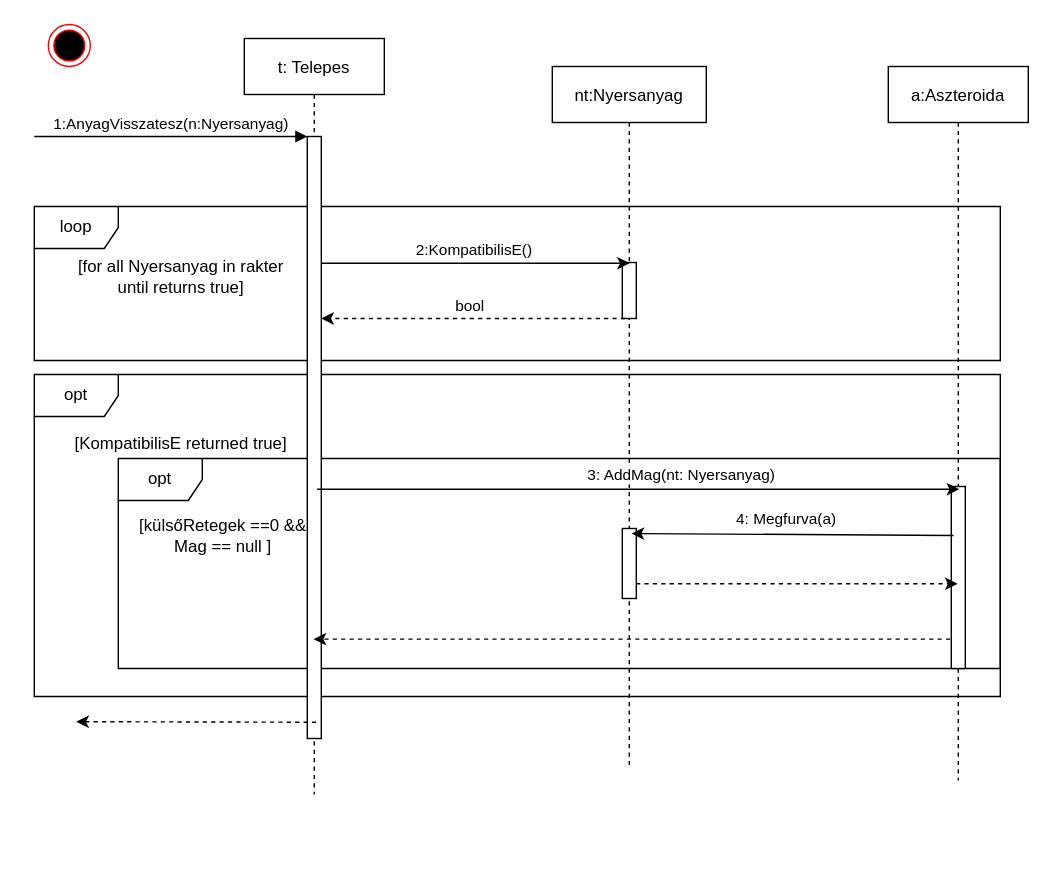
The draw.io diagram page "Page-1" (1 of 2) of doc/uml/placeTeleport.drawio in torpeBoiGo/aszteroidabanyaszat, before the edit. Source tidied: cells renumbered, new cells numbered last; positions are measured from the earlier drawing's top-left corner, leaving out a move shared by most shapes. Both pictures are drawn from the tidied source at 140%, with x=0, y=0 at pixel (34, 24).
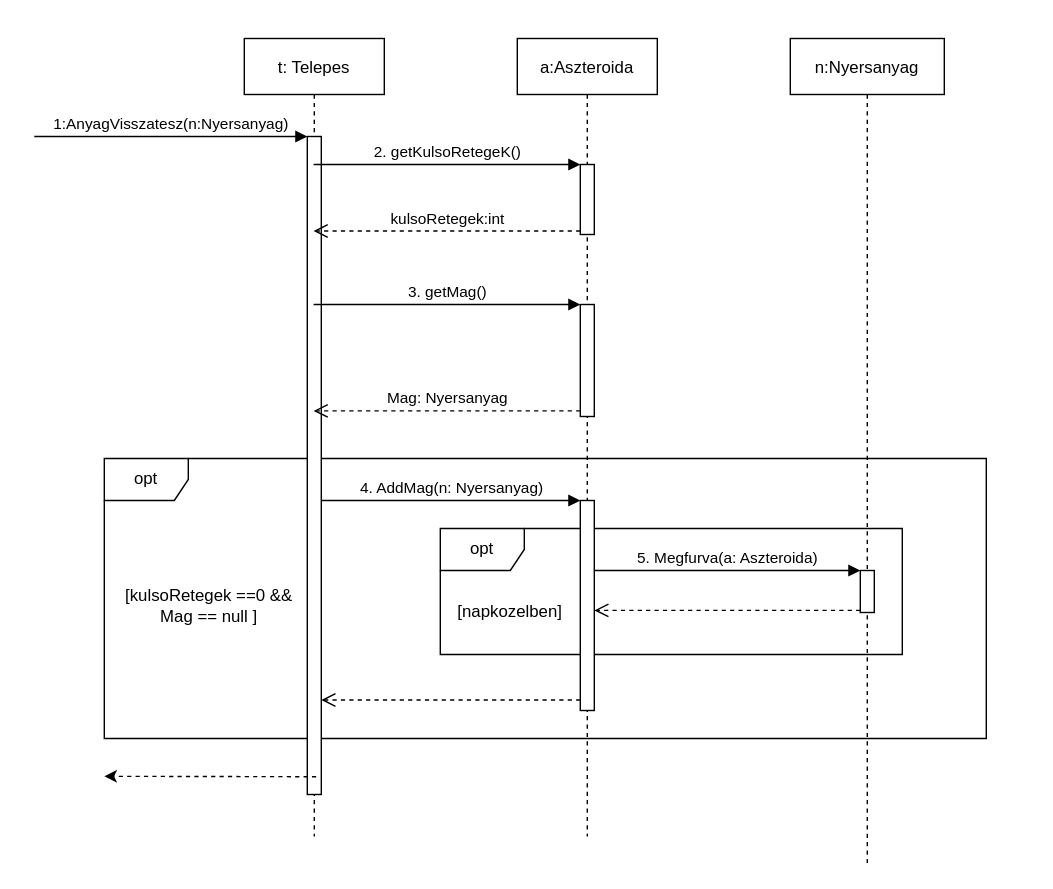
After the change.

Commit message:
Update placeTeleport.drawio: loop kivetele, feltetelek javitasa

What changed in the source:
```diff
@@
     <mxCell id="2" value="opt" style="shape=umlFrame;whiteSpace=wrap;html=1;" parent="1" vertex="1">
-      <mxGeometry y="250" width="690" height="230" as="geometry" />
+      <mxGeometry x="290" y="360" width="330" height="90" as="geometry" />
     </mxCell>
     <mxCell id="3" value="opt" style="shape=umlFrame;whiteSpace=wrap;html=1;" parent="1" vertex="1">
-      <mxGeometry x="60" y="310" width="630" height="150" as="geometry" />
+      <mxGeometry x="50" y="310" width="630" height="200" as="geometry" />
     </mxCell>
-    <mxCell id="4" value="loop" style="shape=umlFrame;whiteSpace=wrap;html=1;" parent="1" vertex="1">
-      <mxGeometry y="130" width="690" height="110" as="geometry" />
-    </mxCell>
+    <mxCell id="10" value="n:Nyersanyag" style="shape=umlLifeline;perimeter=lifelinePerimeter;rounded=0;shadow=0;strokeWidth=1;" parent="1" vertex="1">
+      <mxGeometry x="540" y="10" width="110" height="590" as="geometry" />
+    </mxCell>
     <mxCell id="5" value="t: Telepes" style="shape=umlLifeline;perimeter=lifelinePerimeter;rounded=0;shadow=0;strokeWidth=1;" parent="1" vertex="1">
-      <mxGeometry x="150" y="10" width="100" height="540" as="geometry" />
+      <mxGeometry x="150" y="10" width="100" height="570" as="geometry" />
     </mxCell>
     <mxCell id="6" style="points=[];perimeter=orthogonalPerimeter;rounded=0;shadow=0;strokeWidth=1;" parent="5" vertex="1">
-      <mxGeometry x="45" y="70" width="10" height="430" as="geometry" />
+      <mxGeometry x="45" y="70" width="10" height="470" as="geometry" />
     </mxCell>
@@
     <mxCell id="8" value="a:Aszteroida" style="shape=umlLifeline;perimeter=lifelinePerimeter;rounded=0;shadow=0;strokeWidth=1;" parent="1" vertex="1">
-      <mxGeometry x="610" y="30" width="100" height="510" as="geometry" />
+      <mxGeometry x="345" y="10" width="100" height="570" as="geometry" />
     </mxCell>
-    <mxCell id="9" style="points=[];perimeter=orthogonalPerimeter;rounded=0;shadow=0;strokeWidth=1;" parent="8" vertex="1">
-      <mxGeometry x="45" y="300" width="10" height="130" as="geometry" />
-    </mxCell>
-    <mxCell id="10" value="nt:Nyersanyag" style="shape=umlLifeline;perimeter=lifelinePerimeter;rounded=0;shadow=0;strokeWidth=1;" parent="1" vertex="1">
-      <mxGeometry x="370" y="30" width="110" height="500" as="geometry" />
-    </mxCell>
-    <mxCell id="11" style="points=[];perimeter=orthogonalPerimeter;rounded=0;shadow=0;strokeWidth=1;" parent="10" vertex="1">
-      <mxGeometry x="50" y="140" width="10" height="40" as="geometry" />
-    </mxCell>
-    <mxCell id="12" style="points=[];perimeter=orthogonalPerimeter;rounded=0;shadow=0;strokeWidth=1;" parent="10" vertex="1">
-      <mxGeometry x="50" y="330" width="10" height="50" as="geometry" />
-    </mxCell>
-    <mxCell id="13" value="2:KompatibilisE()" style="endArrow=classic;html=1;entryX=0.503;entryY=0.281;entryDx=0;entryDy=0;entryPerimeter=0;" parent="1" edge="1" source="6" target="10">
-      <mxGeometry x="-0.01" y="10" relative="1" as="geometry" />
-    </mxCell>
-    <mxCell id="14" value="[for all Nyersanyag in rakter until returns true]" style="text;html=1;strokeColor=none;fillColor=none;align=center;verticalAlign=middle;whiteSpace=wrap;rounded=0;" parent="1" vertex="1">
-      <mxGeometry x="30" y="155" width="150" height="50" as="geometry" />
-    </mxCell>
-    <mxCell id="15" value="bool" style="endArrow=classic;html=1;dashed=1;exitX=0.2;exitY=1;exitDx=0;exitDy=0;exitPerimeter=0;" parent="1" edge="1" source="11" target="6">
-      <mxGeometry x="0.02" y="-9" relative="1" as="geometry" />
-    </mxCell>
-    <mxCell id="16" value="3: AddMag(nt: Nyersanyag)" style="endArrow=classic;html=1;strokeColor=#000000;entryX=0.57;entryY=0.015;entryDx=0;entryDy=0;entryPerimeter=0;" parent="1" edge="1" target="9">
-      <mxGeometry x="0.14" y="10" relative="1" as="geometry">
-        <mxPoint x="202" y="332" as="sourcePoint" />
-        <mxPoint x="-1" as="offset" />
-      </mxGeometry>
-    </mxCell>
-    <mxCell id="17" value="4: Megfurva(a)" style="endArrow=classic;html=1;strokeColor=#000000;exitX=0.159;exitY=0.269;exitDx=0;exitDy=0;exitPerimeter=0;entryX=0.659;entryY=0.072;entryDx=0;entryDy=0;entryPerimeter=0;" parent="1" edge="1" source="9" target="12">
-      <mxGeometry x="0.04" y="-11" relative="1" as="geometry" />
-    </mxCell>
-    <mxCell id="18" style="endArrow=classic;html=1;strokeColor=#000000;exitX=0.98;exitY=0.79;exitDx=0;exitDy=0;exitPerimeter=0;dashed=1;" parent="1" edge="1" source="12" target="8">
-      <mxGeometry relative="1" as="geometry" />
-    </mxCell>
-    <mxCell id="19" style="endArrow=classic;html=1;dashed=1;strokeColor=#000000;exitX=0.442;exitY=0.802;exitDx=0;exitDy=0;exitPerimeter=0;" parent="1" edge="1" source="8" target="5">
-      <mxGeometry relative="1" as="geometry" />
-    </mxCell>
+    <mxCell id="24" style="html=1;points=[];perimeter=orthogonalPerimeter;" parent="8" vertex="1">
+      <mxGeometry x="45" y="330" width="10" height="150" as="geometry" />
+    </mxCell>
+    <mxCell id="25" style="html=1;points=[];perimeter=orthogonalPerimeter;" parent="8" vertex="1">
+      <mxGeometry x="45" y="90" width="10" height="50" as="geometry" />
+    </mxCell>
+    <mxCell id="26" style="html=1;points=[];perimeter=orthogonalPerimeter;" parent="8" vertex="1">
+      <mxGeometry x="45" y="190" width="10" height="80" as="geometry" />
+    </mxCell>
     <mxCell id="20" style="endArrow=classic;html=1;dashed=1;strokeColor=#000000;exitX=0.633;exitY=0.973;exitDx=0;exitDy=0;exitPerimeter=0;" parent="1" edge="1" source="6">
       <mxGeometry relative="1" as="geometry">
-        <mxPoint x="30" y="498" as="targetPoint" />
+        <mxPoint x="50" y="537" as="targetPoint" />
       </mxGeometry>
     </mxCell>
-    <mxCell id="21" value="[KompatibilisE returned true]" style="text;html=1;strokeColor=none;fillColor=none;align=center;verticalAlign=middle;whiteSpace=wrap;rounded=0;" parent="1" vertex="1">
-      <mxGeometry x="10" y="290" width="190" height="20" as="geometry" />
-    </mxCell>
-    <mxCell id="22" value="[külsőRetegek ==0 &amp;amp;&amp;amp; Mag == null ]" style="text;html=1;strokeColor=none;fillColor=none;align=center;verticalAlign=middle;whiteSpace=wrap;rounded=0;" parent="1" vertex="1">
-      <mxGeometry x="70" y="345" width="130" height="40" as="geometry" />
+    <mxCell id="22" value="[kulsoRetegek ==0 &amp;amp;&amp;amp; Mag == null ]" style="text;html=1;strokeColor=none;fillColor=none;align=center;verticalAlign=middle;whiteSpace=wrap;rounded=0;" parent="1" vertex="1">
+      <mxGeometry x="60" y="395" width="130" height="40" as="geometry" />
     </mxCell>
-    <mxCell id="23" style="ellipse;html=1;shape=endState;fillColor=#000000;strokeColor=#ff0000;" parent="1" vertex="1">
-      <mxGeometry x="10" width="30" height="30" as="geometry" />
-    </mxCell>
+    <mxCell id="27" value="4. AddMag(n: Nyersanyag)" style="html=1;verticalAlign=bottom;endArrow=block;entryX=0;entryY=0;" parent="1" edge="1" target="24">
+      <mxGeometry relative="1" as="geometry">
+        <mxPoint x="205" y="340" as="sourcePoint" />
+      </mxGeometry>
+    </mxCell>
+    <mxCell id="28" style="html=1;verticalAlign=bottom;endArrow=open;dashed=1;endSize=8;exitX=0;exitY=0.95;" parent="1" edge="1" source="24">
+      <mxGeometry relative="1" as="geometry">
+        <mxPoint x="205" y="482.5" as="targetPoint" />
+      </mxGeometry>
+    </mxCell>
+    <mxCell id="29" value="[napkozelben]" style="text;html=1;strokeColor=none;fillColor=none;align=center;verticalAlign=middle;whiteSpace=wrap;rounded=0;" parent="1" vertex="1">
+      <mxGeometry x="320" y="410" width="40" height="20" as="geometry" />
+    </mxCell>
+    <mxCell id="30" style="html=1;points=[];perimeter=orthogonalPerimeter;" parent="1" vertex="1">
+      <mxGeometry x="590" y="390" width="10" height="30" as="geometry" />
+    </mxCell>
+    <mxCell id="31" value="5. Megfurva(a: Aszteroida)" style="html=1;verticalAlign=bottom;endArrow=block;entryX=0;entryY=0;" parent="1" edge="1" source="24" target="30">
+      <mxGeometry relative="1" as="geometry" />
+    </mxCell>
+    <mxCell id="32" style="html=1;verticalAlign=bottom;endArrow=open;dashed=1;endSize=8;exitX=0;exitY=0.95;" parent="1" edge="1" source="30" target="24">
+      <mxGeometry relative="1" as="geometry" />
+    </mxCell>
+    <mxCell id="33" value="2. getKulsoRetegeK()" style="html=1;verticalAlign=bottom;endArrow=block;entryX=0;entryY=0;" parent="1" edge="1" source="5" target="25">
+      <mxGeometry relative="1" as="geometry" />
+    </mxCell>
+    <mxCell id="34" value="kulsoRetegek:int" style="html=1;verticalAlign=bottom;endArrow=open;dashed=1;endSize=8;exitX=0;exitY=0.95;" parent="1" edge="1" source="25" target="5">
+      <mxGeometry relative="1" as="geometry" />
+    </mxCell>
+    <mxCell id="35" value="3. getMag()" style="html=1;verticalAlign=bottom;endArrow=block;entryX=0;entryY=0;" parent="1" edge="1" source="5" target="26">
+      <mxGeometry relative="1" as="geometry" />
+    </mxCell>
+    <mxCell id="36" value="Mag: Nyersanyag" style="html=1;verticalAlign=bottom;endArrow=open;dashed=1;endSize=8;exitX=0;exitY=0.95;" parent="1" edge="1" source="26" target="5">
+      <mxGeometry relative="1" as="geometry" />
+    </mxCell>
```
